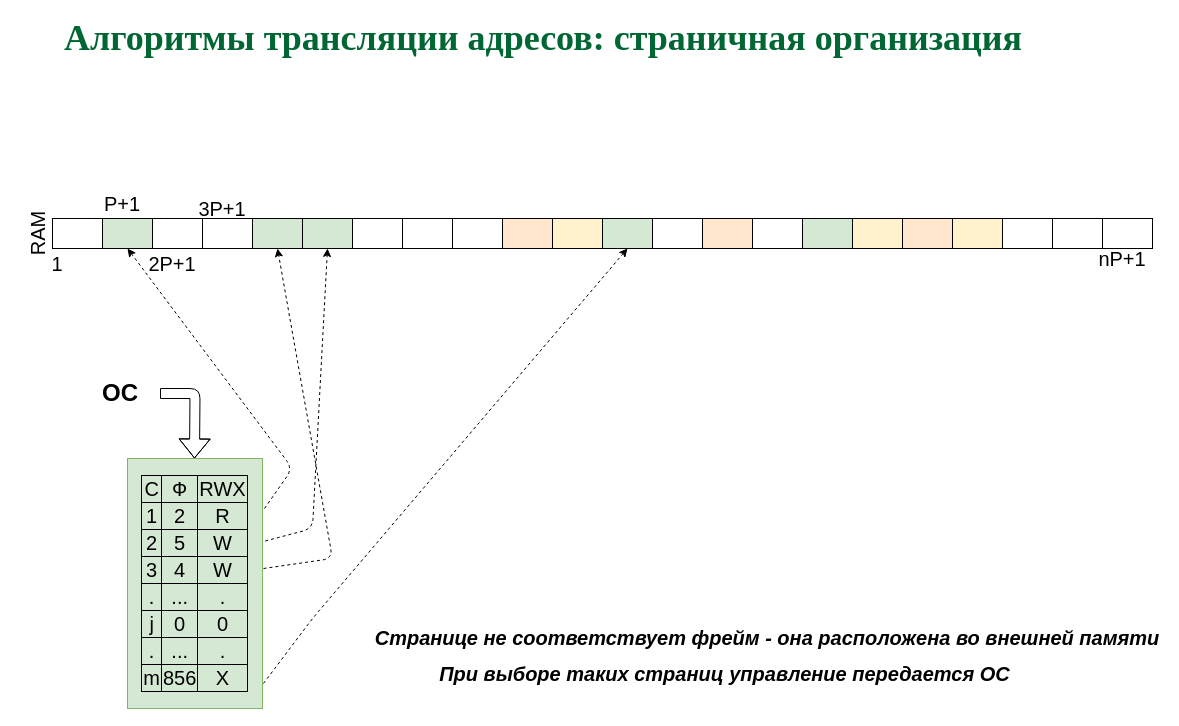
This is page "P30" (30 of 34) of slides/memmgt.drawio from 77maxikov/os_course, a draw.io file, before an edit. Source tidied: cells renumbered, new cells numbered last; positions are measured from the earlier drawing's top-left corner, leaving out a move shared by most shapes. Both pictures are drawn from the tidied source at 100%, with x=0, y=0 at pixel (12, 28).
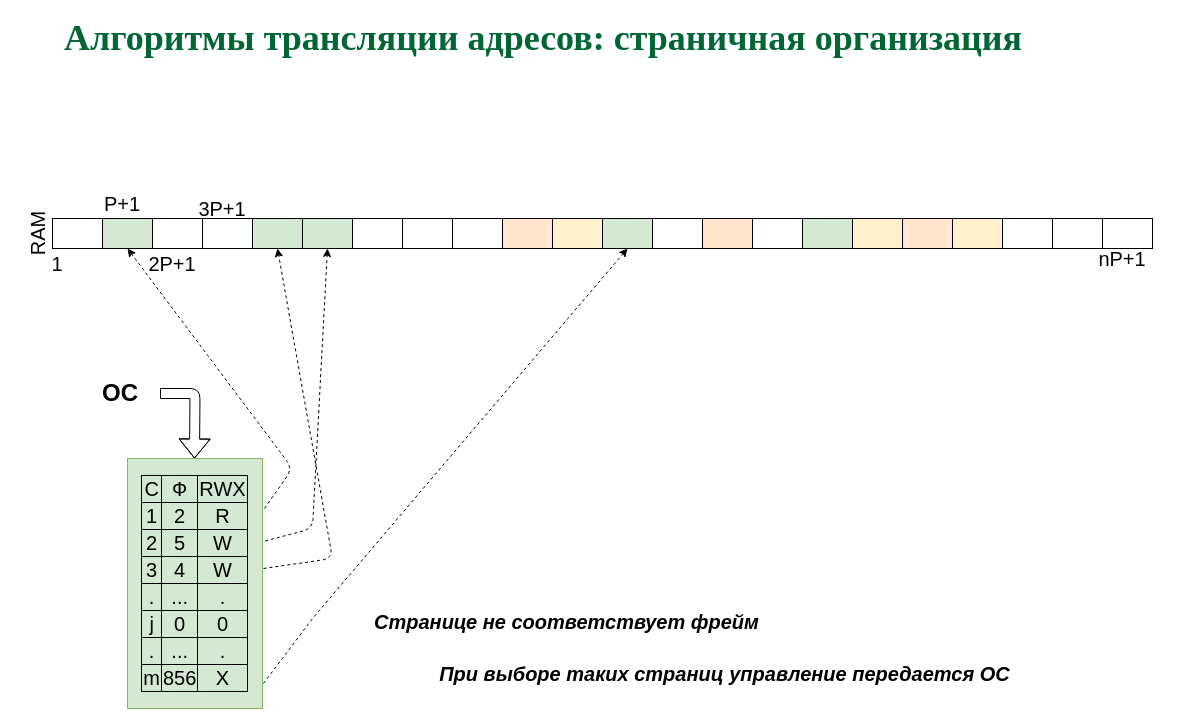
The same diagram, later.

Diff of the diagram source:
```diff
@@
-    <mxCell id="39" value="&lt;h2&gt;&lt;font style=&quot;font-size: 20px ; background-color: rgb(255 , 255 , 255)&quot;&gt;&lt;i&gt;Странице не соответствует фрейм - она расположена во внешней памяти&lt;/i&gt;&lt;/font&gt;&lt;/h2&gt;" style="text;html=1;strokeColor=none;fillColor=none;align=center;verticalAlign=middle;whiteSpace=wrap;rounded=0;" parent="1" vertex="1">
-      <mxGeometry x="360" y="590" width="790" height="40" as="geometry" />
+    <mxCell id="39" value="&lt;h2&gt;&lt;font style=&quot;font-size: 20px ; background-color: rgb(255 , 255 , 255)&quot;&gt;&lt;i&gt;Странице не соответствует фрейм&lt;/i&gt;&lt;/font&gt;&lt;/h2&gt;" style="text;html=1;strokeColor=none;fillColor=none;align=left;verticalAlign=middle;whiteSpace=wrap;rounded=0;" parent="1" vertex="1">
+      <mxGeometry x="360" y="574" width="790" height="40" as="geometry" />
     </mxCell>
```
